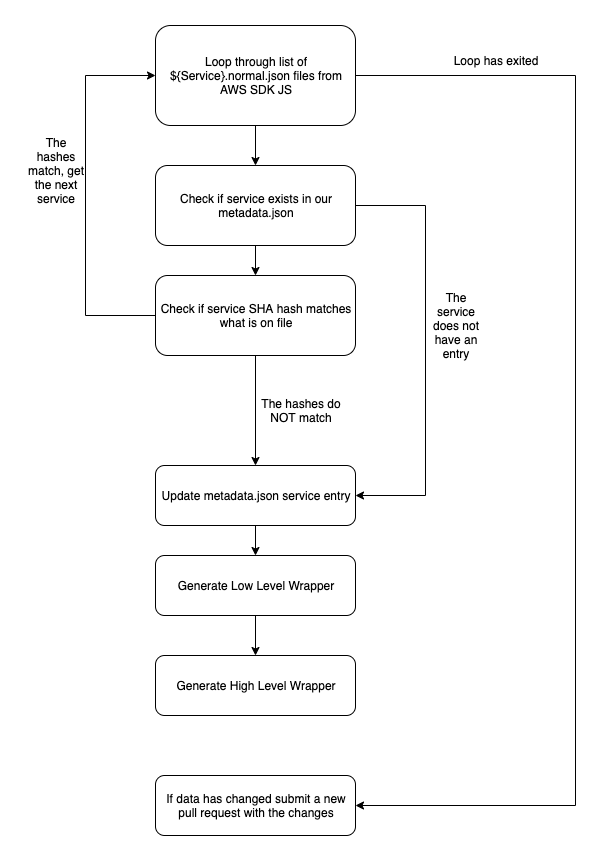
The draw.io diagram imgs/Create-Update-API-Workflow.png in nicoleepp/JuliaCloud-AWS-State, before a commit. Source tidied: cells renumbered, new cells last; positions are measured from the earlier drawing's top-left corner, leaving out a move shared by most shapes.
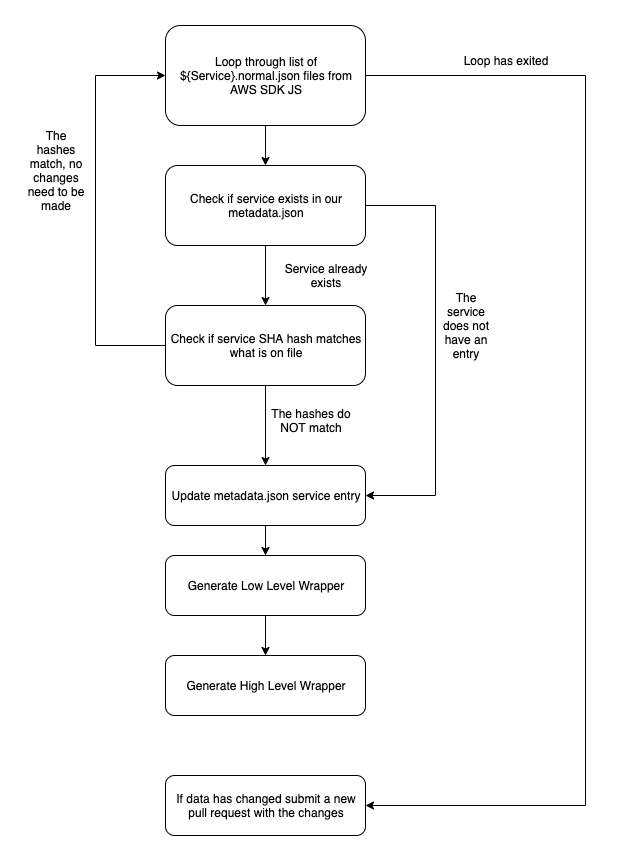
Above is the later version.

The edit, as a diff of the source:
```diff
@@ -36,13 +36,13 @@
     <mxCell id="9" style="edgeStyle=orthogonalEdgeStyle;rounded=0;jettySize=auto;html=1;exitX=0;exitY=0.5;exitDx=0;exitDy=0;entryX=0;entryY=0.5;entryDx=0;entryDy=0;" parent="1" edge="1" source="10" target="4">
       <mxGeometry relative="1" as="geometry">
         <Array as="points">
-          <mxPoint x="60" y="290" />
+          <mxPoint x="60" y="320" />
           <mxPoint x="60" y="50" />
         </Array>
       </mxGeometry>
     </mxCell>
     <mxCell id="10" value="Check if service SHA hash matches what is on file" style="rounded=1;whiteSpace=wrap;html=1;" parent="1" vertex="1">
-      <mxGeometry x="130" y="250" width="200" height="80" as="geometry" />
+      <mxGeometry x="130" y="280" width="200" height="80" as="geometry" />
     </mxCell>
     <mxCell id="11" style="edgeStyle=orthogonalEdgeStyle;rounded=0;jettySize=auto;html=1;" parent="1" edge="1" source="12" target="14">
       <mxGeometry relative="1" as="geometry" />
@@ -68,11 +68,14 @@
     <mxCell id="18" value="Loop has exited" style="text;html=1;strokeColor=none;fillColor=none;align=center;verticalAlign=middle;whiteSpace=wrap;rounded=0;" parent="1" vertex="1">
       <mxGeometry x="390" y="20" width="160" height="30" as="geometry" />
     </mxCell>
-    <mxCell id="19" value="The hashes match, get the next service" style="text;html=1;strokeColor=none;fillColor=none;align=center;verticalAlign=middle;whiteSpace=wrap;rounded=0;" parent="1" vertex="1">
-      <mxGeometry y="80" width="60" height="130" as="geometry" />
+    <mxCell id="19" value="The hashes match, no changes need to be made" style="text;html=1;strokeColor=none;fillColor=none;align=center;verticalAlign=middle;whiteSpace=wrap;rounded=0;" parent="1" vertex="1">
+      <mxGeometry x="-10" y="80" width="60" height="130" as="geometry" />
     </mxCell>
     <mxCell id="20" value="The hashes do NOT match" style="text;html=1;strokeColor=none;fillColor=none;align=center;verticalAlign=middle;whiteSpace=wrap;rounded=0;" parent="1" vertex="1">
-      <mxGeometry x="230" y="360" width="90" height="50" as="geometry" />
+      <mxGeometry x="230" y="370" width="90" height="50" as="geometry" />
     </mxCell>
+    <mxCell id="21" value="Service already exists" style="text;html=1;strokeColor=none;fillColor=none;align=center;verticalAlign=middle;whiteSpace=wrap;rounded=0;" parent="1" vertex="1">
+      <mxGeometry x="240" y="240" width="100" height="20" as="geometry" />
+    </mxCell>
   </root>
 </mxGraphModel>
```
